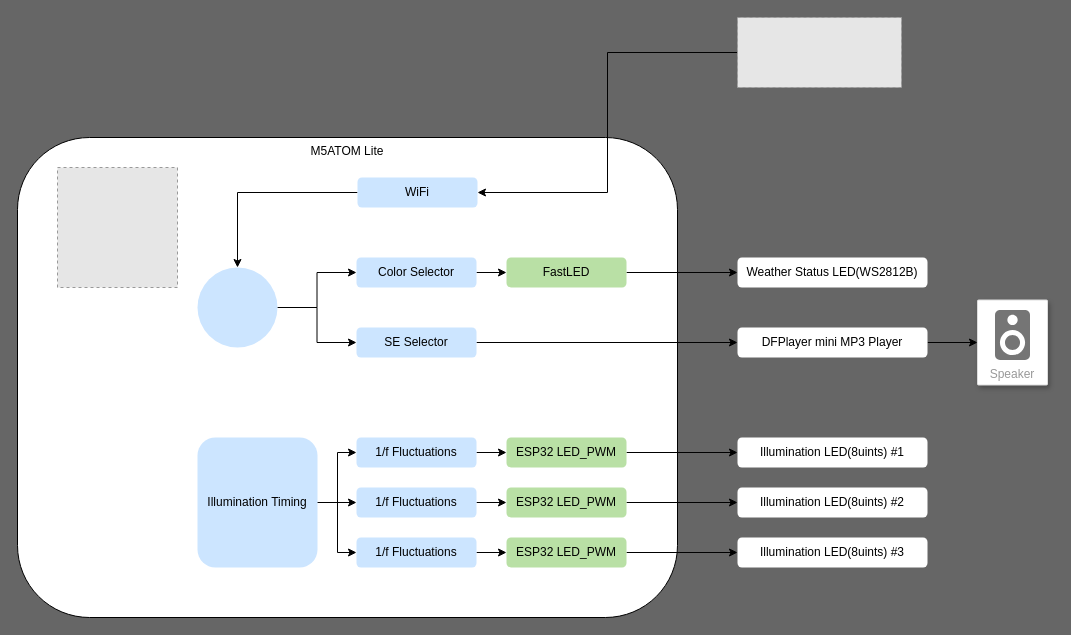
TakuroFukamizu/cage-garden keeps this draw.io diagram as doc/arch.drawio. Above is the earlier version. Source tidied: cells renumbered, new cells numbered last; positions are measured from the earlier drawing's top-left corner, leaving out a move shared by most shapes. Both pictures are drawn from the tidied source at 100%, with x=0, y=0 at pixel (17, 17). Pictures stored in the file or linked from it are replaced by grey dashed boxes.
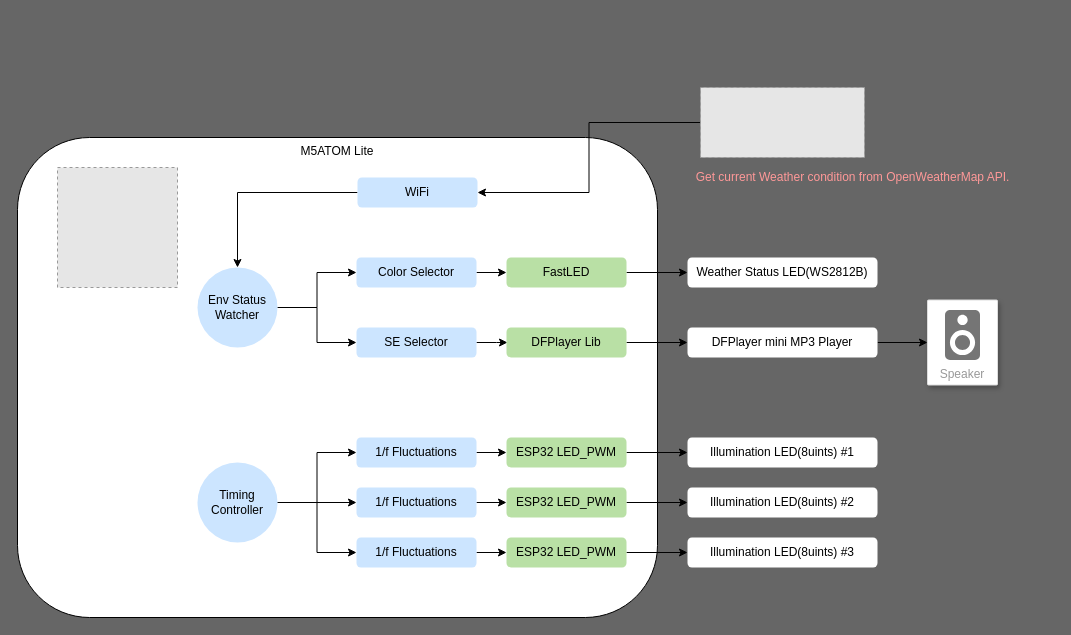
The same page after the edit.

The change refers to these unchanged cells:
```xml
<mxCell id="8" value="1/f Fluctuations" style="rounded=1;whiteSpace=wrap;html=1;strokeColor=none;fontColor=#000000;fillColor=#CCE5FF;" parent="1" vertex="1">
  <mxGeometry x="339" y="420" width="120" height="30" as="geometry" />
</mxCell>
<mxCell id="18" value="1/f Fluctuations" style="rounded=1;whiteSpace=wrap;html=1;strokeColor=none;fontColor=#000000;fillColor=#CCE5FF;" parent="1" vertex="1">
  <mxGeometry x="339" y="470" width="120" height="30" as="geometry" />
</mxCell>
<mxCell id="22" value="1/f Fluctuations" style="rounded=1;whiteSpace=wrap;html=1;strokeColor=none;fontColor=#000000;fillColor=#CCE5FF;" parent="1" vertex="1">
  <mxGeometry x="339" y="520" width="120" height="30" as="geometry" />
</mxCell>
<mxCell id="24" value="FastLED" style="rounded=1;whiteSpace=wrap;html=1;strokeColor=none;fillColor=#B9E0A5;fontColor=#000000;" parent="1" vertex="1">
  <mxGeometry x="489" y="240" width="120" height="30" as="geometry" />
</mxCell>
<mxCell id="37" value="SE Selector" style="rounded=1;whiteSpace=wrap;html=1;strokeColor=none;fillColor=#CCE5FF;fontColor=#000000;" parent="1" vertex="1">
  <mxGeometry x="339" y="310" width="120" height="30" as="geometry" />
</mxCell>
```

Diff of the diagram source:
```diff
@@
     <mxCell id="2" value="M5ATOM Lite" style="rounded=1;whiteSpace=wrap;html=1;fillColor=#FFFFFF;align=center;verticalAlign=top;fontColor=#000000;strokeColor=#000000;" parent="1" vertex="1">
-      <mxGeometry y="120" width="660" height="480" as="geometry" />
+      <mxGeometry y="120" width="640" height="480" as="geometry" />
     </mxCell>
@@
     <mxCell id="4" style="fillColor=#E6E6E6;strokeColor=#999999;dashed=1;verticalLabelPosition=bottom;labelBackgroundColor=#ffffff;verticalAlign=top;" parent="1" vertex="1">
-      <mxGeometry x="720" width="164" height="70" as="geometry" />
+      <mxGeometry x="683" y="70" width="164" height="70" as="geometry" />
     </mxCell>
@@
-    <mxCell id="11" style="edgeStyle=orthogonalEdgeStyle;rounded=0;jettySize=auto;html=1;entryX=0;entryY=0.5;entryDx=0;entryDy=0;strokeColor=#000000;fontColor=#000000;" parent="1" edge="1" source="14" target="8">
-      <mxGeometry relative="1" as="geometry" />
-    </mxCell>
-    <mxCell id="12" style="edgeStyle=orthogonalEdgeStyle;rounded=0;jettySize=auto;html=1;entryX=0;entryY=0.5;entryDx=0;entryDy=0;strokeColor=#000000;fontColor=#000000;" parent="1" edge="1" source="14" target="18">
-      <mxGeometry relative="1" as="geometry" />
-    </mxCell>
-    <mxCell id="13" style="edgeStyle=orthogonalEdgeStyle;rounded=0;jettySize=auto;html=1;entryX=0;entryY=0.5;entryDx=0;entryDy=0;strokeColor=#000000;fontColor=#000000;" parent="1" edge="1" source="14" target="22">
-      <mxGeometry relative="1" as="geometry" />
-    </mxCell>
-    <mxCell id="14" value="Illumination Timing" style="rounded=1;whiteSpace=wrap;html=1;strokeColor=none;fillColor=#CCE5FF;fontColor=#000000;" parent="1" vertex="1">
-      <mxGeometry x="180" y="420" width="120" height="130" as="geometry" />
-    </mxCell>
@@
-    <mxCell id="25" style="edgeStyle=orthogonalEdgeStyle;rounded=0;jettySize=auto;html=1;strokeColor=none;" parent="1" edge="1" source="37" target="24">
+    <mxCell id="25" style="edgeStyle=orthogonalEdgeStyle;rounded=0;jettySize=auto;html=1;strokeColor=none;" parent="1" edge="1" source="44" target="24">
       <mxGeometry relative="1" as="geometry" />
     </mxCell>
@@
-    <mxCell id="28" style="ellipse;whiteSpace=wrap;html=1;strokeColor=none;fillColor=#CCE5FF;fontColor=#000000;" parent="1" vertex="1">
+    <mxCell id="28" value="Env Status Watcher" style="ellipse;whiteSpace=wrap;html=1;strokeColor=none;fillColor=#CCE5FF;fontColor=#000000;" parent="1" vertex="1">
       <mxGeometry x="180" y="250" width="80" height="80" as="geometry" />
     </mxCell>
@@
     <mxCell id="30" value="Illumination LED(8uints) #1" style="rounded=1;whiteSpace=wrap;html=1;strokeColor=none;fillColor=#FFFFFF;fontColor=#000000;" parent="1" vertex="1">
-      <mxGeometry x="720" y="420" width="190" height="30" as="geometry" />
+      <mxGeometry x="670" y="420" width="190" height="30" as="geometry" />
     </mxCell>
     <mxCell id="31" value="Illumination LED(8uints) #2" style="rounded=1;whiteSpace=wrap;html=1;strokeColor=none;fillColor=#FFFFFF;fontColor=#000000;" parent="1" vertex="1">
-      <mxGeometry x="720" y="470" width="190" height="30" as="geometry" />
+      <mxGeometry x="670" y="470" width="190" height="30" as="geometry" />
     </mxCell>
     <mxCell id="32" value="Illumination LED(8uints) #3" style="rounded=1;whiteSpace=wrap;html=1;strokeColor=none;fillColor=#FFFFFF;fontColor=#000000;" parent="1" vertex="1">
-      <mxGeometry x="720" y="520" width="190" height="30" as="geometry" />
+      <mxGeometry x="670" y="520" width="190" height="30" as="geometry" />
     </mxCell>
     <mxCell id="33" value="Weather Status LED(WS2812B)" style="rounded=1;whiteSpace=wrap;html=1;strokeColor=none;fillColor=#FFFFFF;fontColor=#000000;" parent="1" vertex="1">
-      <mxGeometry x="720" y="240" width="190" height="30" as="geometry" />
+      <mxGeometry x="670" y="240" width="190" height="30" as="geometry" />
     </mxCell>
@@
     <mxCell id="35" value="DFPlayer mini MP3 Player" style="rounded=1;whiteSpace=wrap;html=1;strokeColor=none;fillColor=#FFFFFF;fontColor=#000000;" parent="1" vertex="1">
-      <mxGeometry x="720" y="310" width="190" height="30" as="geometry" />
+      <mxGeometry x="670" y="310" width="190" height="30" as="geometry" />
     </mxCell>
-    <mxCell id="36" style="edgeStyle=orthogonalEdgeStyle;rounded=0;jettySize=auto;html=1;entryX=0;entryY=0.5;entryDx=0;entryDy=0;strokeColor=#000000;fontColor=#000000;" parent="1" edge="1" source="37" target="35">
-      <mxGeometry relative="1" as="geometry" />
+    <mxCell id="36" style="edgeStyle=orthogonalEdgeStyle;rounded=0;jettySize=auto;html=1;strokeColor=#000000;fontColor=#000000;" parent="1" edge="1" source="37">
+      <mxGeometry relative="1" as="geometry">
+        <mxPoint x="490" y="325" as="targetPoint" />
+      </mxGeometry>
     </mxCell>
@@
     <mxCell id="41" value="Speaker" style="strokeColor=#dddddd;shadow=1;strokeWidth=1;rounded=1;absoluteArcSize=1;arcSize=2;labelPosition=center;verticalLabelPosition=middle;align=center;verticalAlign=bottom;spacingLeft=0;fontColor=#999999;fontSize=12;whiteSpace=wrap;spacingBottom=2;fillColor=#FFFFFF;" parent="1" vertex="1">
-      <mxGeometry x="960" y="282.5" width="70" height="85" as="geometry" />
+      <mxGeometry x="910" y="282.5" width="70" height="85" as="geometry" />
     </mxCell>
@@
+    <mxCell id="43" style="edgeStyle=orthogonalEdgeStyle;rounded=0;jettySize=auto;html=1;entryX=0;entryY=0.5;entryDx=0;entryDy=0;strokeColor=#000000;fontColor=#000000;" parent="1" edge="1" source="44" target="35">
+      <mxGeometry relative="1" as="geometry" />
+    </mxCell>
+    <mxCell id="44" value="DFPlayer Lib" style="rounded=1;whiteSpace=wrap;html=1;strokeColor=none;fillColor=#B9E0A5;fontColor=#000000;" parent="1" vertex="1">
+      <mxGeometry x="489" y="310" width="120" height="30" as="geometry" />
+    </mxCell>
+    <mxCell id="45" style="edgeStyle=orthogonalEdgeStyle;rounded=0;jettySize=auto;html=1;strokeColor=none;" parent="1" edge="1" source="37" target="44">
+      <mxGeometry relative="1" as="geometry" />
+    </mxCell>
+    <mxCell id="46" style="edgeStyle=orthogonalEdgeStyle;rounded=0;jettySize=auto;html=1;entryX=0;entryY=0.5;entryDx=0;entryDy=0;strokeColor=#000000;fontColor=#000000;" parent="1" edge="1" source="49" target="8">
+      <mxGeometry relative="1" as="geometry" />
+    </mxCell>
+    <mxCell id="47" style="edgeStyle=orthogonalEdgeStyle;rounded=0;jettySize=auto;html=1;entryX=0;entryY=0.5;entryDx=0;entryDy=0;strokeColor=#000000;fontColor=#000000;" parent="1" edge="1" source="49" target="18">
+      <mxGeometry relative="1" as="geometry" />
+    </mxCell>
+    <mxCell id="48" style="edgeStyle=orthogonalEdgeStyle;rounded=0;jettySize=auto;html=1;entryX=0;entryY=0.5;entryDx=0;entryDy=0;strokeColor=#000000;fontColor=#000000;" parent="1" edge="1" source="49" target="22">
+      <mxGeometry relative="1" as="geometry" />
+    </mxCell>
+    <mxCell id="49" value="Timing Controller" style="ellipse;whiteSpace=wrap;html=1;strokeColor=none;fillColor=#CCE5FF;fontColor=#000000;" parent="1" vertex="1">
+      <mxGeometry x="180" y="445" width="80" height="80" as="geometry" />
+    </mxCell>
+    <mxCell id="50" value="Get current Weather condition from OpenWeatherMap API." style="text;html=1;align=center;verticalAlign=middle;fontColor=#FF9999;" parent="1" vertex="1">
+      <mxGeometry x="670" y="150" width="330" height="20" as="geometry" />
+    </mxCell>
```
